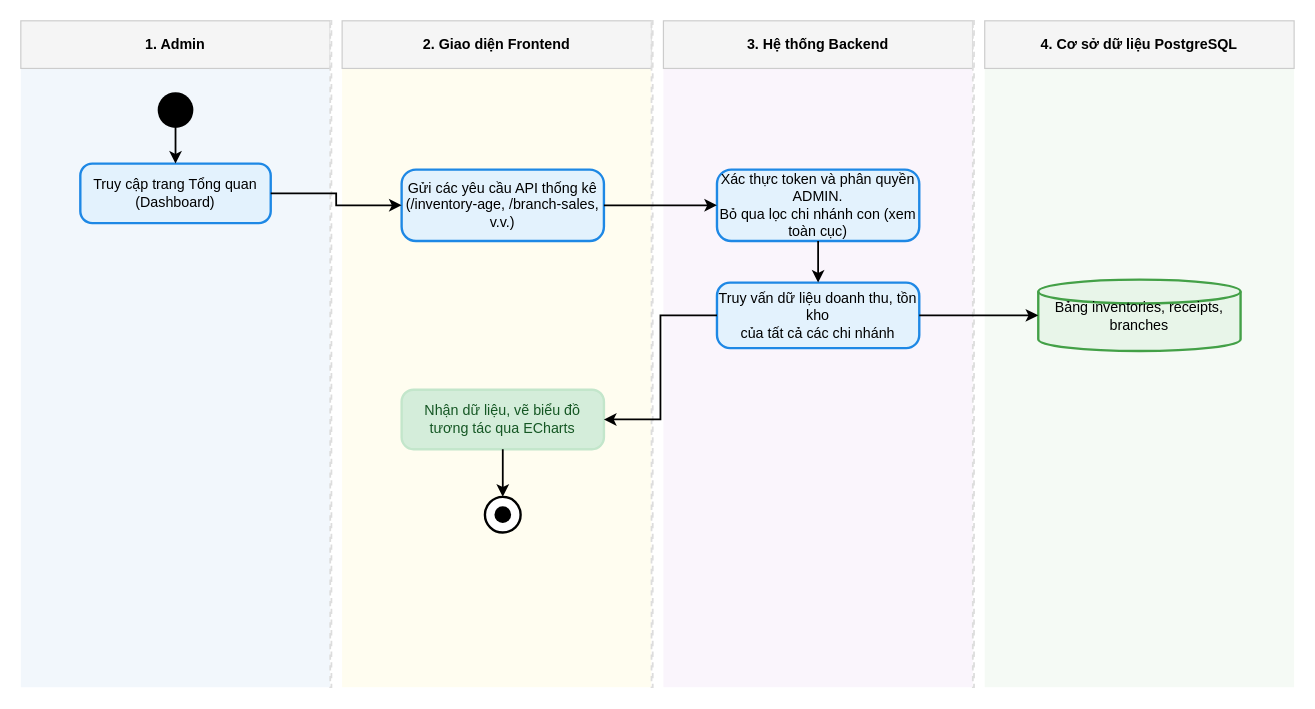
The draw.io diagram diagrams/admin/chuc_nang_xem_dashboard_admin.drawio in Nghiatv2006/KhoHang, before the edit. Source tidied: cells renumbered, new cells numbered last; positions are measured from the earlier drawing's top-left corner, leaving out a move shared by most shapes. Both pictures are drawn from the tidied source at 119%, with x=0, y=0 at pixel (20, 20).
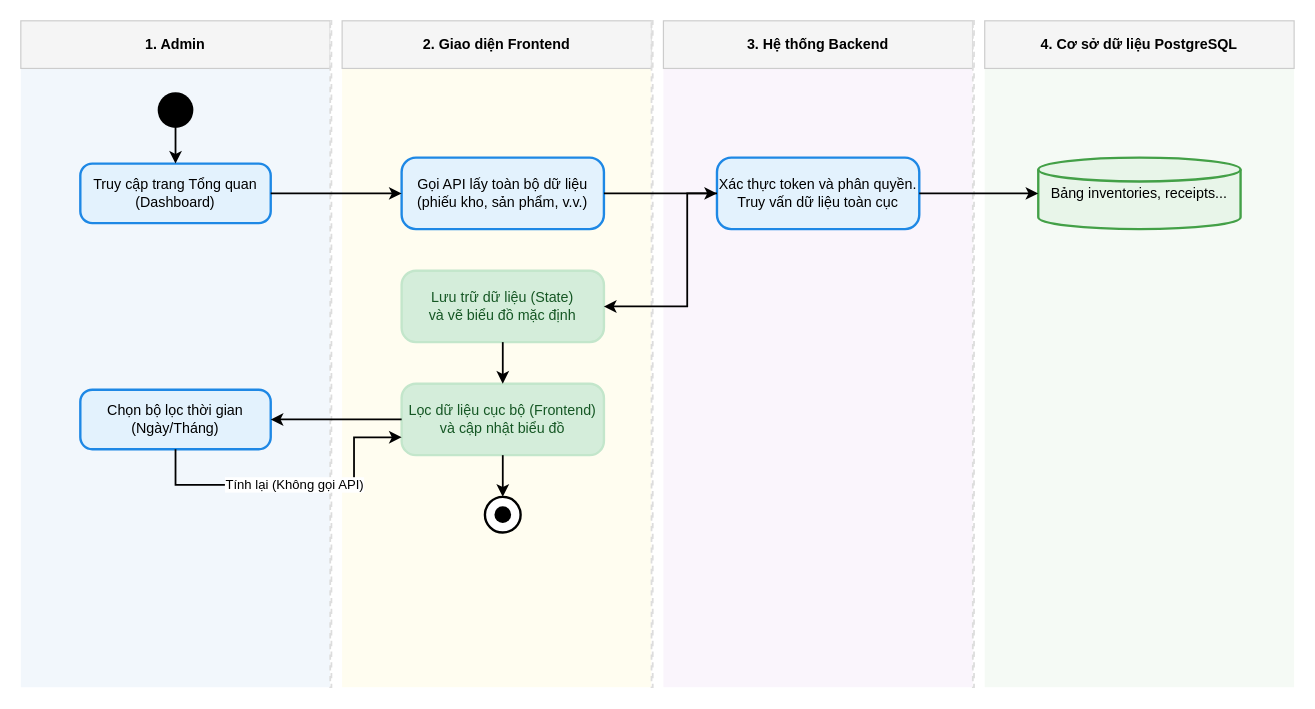
After the change.

Commit message (it also covers changes not shown here):
feat(stocktake,transfer): update business logic and activity diagrams for admin

The change refers to these unchanged cells:
```xml
<mxCell id="20" style="ellipse;whiteSpace=wrap;html=1;fillColor=#ffffff;strokeColor=#000000;strokeWidth=2;" parent="1" vertex="1">
  <mxGeometry x="390" y="400" width="30" height="30" as="geometry" />
</mxCell>
```

What changed in the source:
```diff
@@
-    <mxCell id="15" value="Gửi các yêu cầu API thống kê&lt;br/&gt;(/inventory-age, /branch-sales, v.v.)" style="rounded=1;whiteSpace=wrap;html=1;arcSize=20;fillColor=#e3f2fd;strokeColor=#1e88e5;strokeWidth=2;fontColor=#000000;align=center;" parent="1" vertex="1">
-      <mxGeometry x="320" y="125" width="170" height="60" as="geometry" />
+    <mxCell id="15" value="Gọi API lấy toàn bộ dữ liệu&lt;br/&gt;(phiếu kho, sản phẩm, v.v.)" style="rounded=1;whiteSpace=wrap;html=1;arcSize=20;fillColor=#e3f2fd;strokeColor=#1e88e5;strokeWidth=2;fontColor=#000000;align=center;" parent="1" vertex="1">
+      <mxGeometry x="320" y="115" width="170" height="60" as="geometry" />
     </mxCell>
-    <mxCell id="16" value="Xác thực token và phân quyền ADMIN.&lt;br/&gt;Bỏ qua lọc chi nhánh con (xem toàn cục)" style="rounded=1;whiteSpace=wrap;html=1;arcSize=20;fillColor=#e3f2fd;strokeColor=#1e88e5;strokeWidth=2;fontColor=#000000;align=center;" parent="1" vertex="1">
-      <mxGeometry x="585" y="125" width="170" height="60" as="geometry" />
+    <mxCell id="16" value="Xác thực token và phân quyền.&lt;br/&gt;Truy vấn dữ liệu toàn cục" style="rounded=1;whiteSpace=wrap;html=1;arcSize=20;fillColor=#e3f2fd;strokeColor=#1e88e5;strokeWidth=2;fontColor=#000000;align=center;" parent="1" vertex="1">
+      <mxGeometry x="585" y="115" width="170" height="60" as="geometry" />
     </mxCell>
-    <mxCell id="17" value="Truy vấn dữ liệu doanh thu, tồn kho&lt;br/&gt;của tất cả các chi nhánh" style="rounded=1;whiteSpace=wrap;html=1;arcSize=20;fillColor=#e3f2fd;strokeColor=#1e88e5;strokeWidth=2;fontColor=#000000;align=center;" parent="1" vertex="1">
-      <mxGeometry x="585" y="220" width="170" height="55" as="geometry" />
-    </mxCell>
-    <mxCell id="18" value="Bảng inventories, receipts, branches" style="strokeWidth=2;html=1;shape=mxgraph.flowchart.database;whiteSpace=wrap;fillColor=#e8f5e9;strokeColor=#43a047;fontColor=#000000;align=center;" parent="1" vertex="1">
-      <mxGeometry x="855" y="217.5" width="170" height="60" as="geometry" />
+    <mxCell id="18" value="Bảng inventories, receipts..." style="strokeWidth=2;html=1;shape=mxgraph.flowchart.database;whiteSpace=wrap;fillColor=#e8f5e9;strokeColor=#43a047;fontColor=#000000;align=center;" parent="1" vertex="1">
+      <mxGeometry x="855" y="115" width="170" height="60" as="geometry" />
     </mxCell>
-    <mxCell id="19" value="Nhận dữ liệu, vẽ biểu đồ&lt;br/&gt;tương tác qua ECharts" style="rounded=1;whiteSpace=wrap;html=1;arcSize=20;fillColor=#d4edda;strokeColor=#c3e6cb;strokeWidth=2;fontColor=#155724;align=center;" parent="1" vertex="1">
-      <mxGeometry x="320" y="310" width="170" height="50" as="geometry" />
+    <mxCell id="19" value="Lưu trữ dữ liệu (State)&lt;br/&gt;và vẽ biểu đồ mặc định" style="rounded=1;whiteSpace=wrap;html=1;arcSize=20;fillColor=#d4edda;strokeColor=#c3e6cb;strokeWidth=2;fontColor=#155724;align=center;" parent="1" vertex="1">
+      <mxGeometry x="320" y="210" width="170" height="60" as="geometry" />
     </mxCell>
+    <mxCell id="29" value="Chọn bộ lọc thời gian&lt;br/&gt;(Ngày/Tháng)" style="rounded=1;whiteSpace=wrap;html=1;arcSize=20;fillColor=#e3f2fd;strokeColor=#1e88e5;strokeWidth=2;fontColor=#000000;align=center;" parent="1" vertex="1">
+      <mxGeometry x="50" y="310" width="160" height="50" as="geometry" />
+    </mxCell>
+    <mxCell id="30" value="Lọc dữ liệu cục bộ (Frontend)&lt;br/&gt;và cập nhật biểu đồ" style="rounded=1;whiteSpace=wrap;html=1;arcSize=20;fillColor=#d4edda;strokeColor=#c3e6cb;strokeWidth=2;fontColor=#155724;align=center;" parent="1" vertex="1">
+      <mxGeometry x="320" y="305" width="170" height="60" as="geometry" />
+    </mxCell>
@@
-    <mxCell id="25" style="edgeStyle=orthogonalEdgeStyle;rounded=0;jettySize=auto;html=1;strokeColor=#000000;strokeWidth=1.5;endArrow=classic;exitX=0.5;exitY=1;entryX=0.5;entryY=0;" parent="1" edge="1" source="16" target="17">
+    <mxCell id="25" style="edgeStyle=orthogonalEdgeStyle;rounded=0;jettySize=auto;html=1;strokeColor=#000000;strokeWidth=1.5;endArrow=classic;exitX=1;exitY=0.5;entryX=0;entryY=0.5;" parent="1" edge="1" source="16" target="18">
       <mxGeometry relative="1" as="geometry" />
     </mxCell>
-    <mxCell id="26" style="edgeStyle=orthogonalEdgeStyle;rounded=0;jettySize=auto;html=1;strokeColor=#000000;strokeWidth=1.5;endArrow=classic;exitX=1;exitY=0.5;entryX=0;entryY=0.5;" parent="1" edge="1" source="17" target="18">
-      <mxGeometry relative="1" as="geometry" />
+    <mxCell id="26" style="edgeStyle=orthogonalEdgeStyle;rounded=0;jettySize=auto;html=1;strokeColor=#000000;strokeWidth=1.5;endArrow=classic;exitX=0;exitY=0.5;entryX=1;entryY=0.5;" parent="1" edge="1" source="16" target="19">
+      <mxGeometry relative="1" as="geometry">
+        <Array as="points">
+          <mxPoint x="560" y="145" />
+          <mxPoint x="560" y="240" />
+        </Array>
+      </mxGeometry>
     </mxCell>
-    <mxCell id="27" style="edgeStyle=orthogonalEdgeStyle;rounded=0;jettySize=auto;html=1;strokeColor=#000000;strokeWidth=1.5;endArrow=classic;exitX=0;exitY=0.5;entryX=1;entryY=0.5;" parent="1" edge="1" source="17" target="19">
+    <mxCell id="27" style="edgeStyle=orthogonalEdgeStyle;rounded=0;jettySize=auto;html=1;strokeColor=#000000;strokeWidth=1.5;endArrow=classic;exitX=0.5;exitY=1;entryX=0.5;entryY=0;" parent="1" edge="1" source="19" target="30">
       <mxGeometry relative="1" as="geometry" />
     </mxCell>
-    <mxCell id="28" style="edgeStyle=orthogonalEdgeStyle;rounded=0;jettySize=auto;html=1;strokeColor=#000000;strokeWidth=1.5;endArrow=classic;exitX=0.5;exitY=1;entryX=0.5;entryY=0;" parent="1" edge="1" source="19" target="20">
+    <mxCell id="28" style="edgeStyle=orthogonalEdgeStyle;rounded=0;jettySize=auto;html=1;strokeColor=#000000;strokeWidth=1.5;endArrow=classic;exitX=0;exitY=0.5;entryX=1;entryY=0.5;" parent="1" edge="1" source="30" target="29">
       <mxGeometry relative="1" as="geometry" />
     </mxCell>
+    <mxCell id="31" value="Tính lại (Không gọi API)" style="edgeStyle=orthogonalEdgeStyle;rounded=0;jettySize=auto;html=1;strokeColor=#000000;strokeWidth=1.5;endArrow=classic;exitX=0.5;exitY=1;entryX=0;entryY=0.75;" parent="1" edge="1" source="29" target="30">
+      <mxGeometry relative="1" as="geometry">
+        <Array as="points">
+          <mxPoint x="130" y="390" />
+          <mxPoint x="280" y="390" />
+          <mxPoint x="280" y="350" />
+        </Array>
+      </mxGeometry>
+    </mxCell>
+    <mxCell id="32" style="edgeStyle=orthogonalEdgeStyle;rounded=0;jettySize=auto;html=1;strokeColor=#000000;strokeWidth=1.5;endArrow=classic;exitX=0.5;exitY=1;entryX=0.5;entryY=0;" parent="1" edge="1" source="30" target="20">
+      <mxGeometry relative="1" as="geometry" />
+    </mxCell>
```
